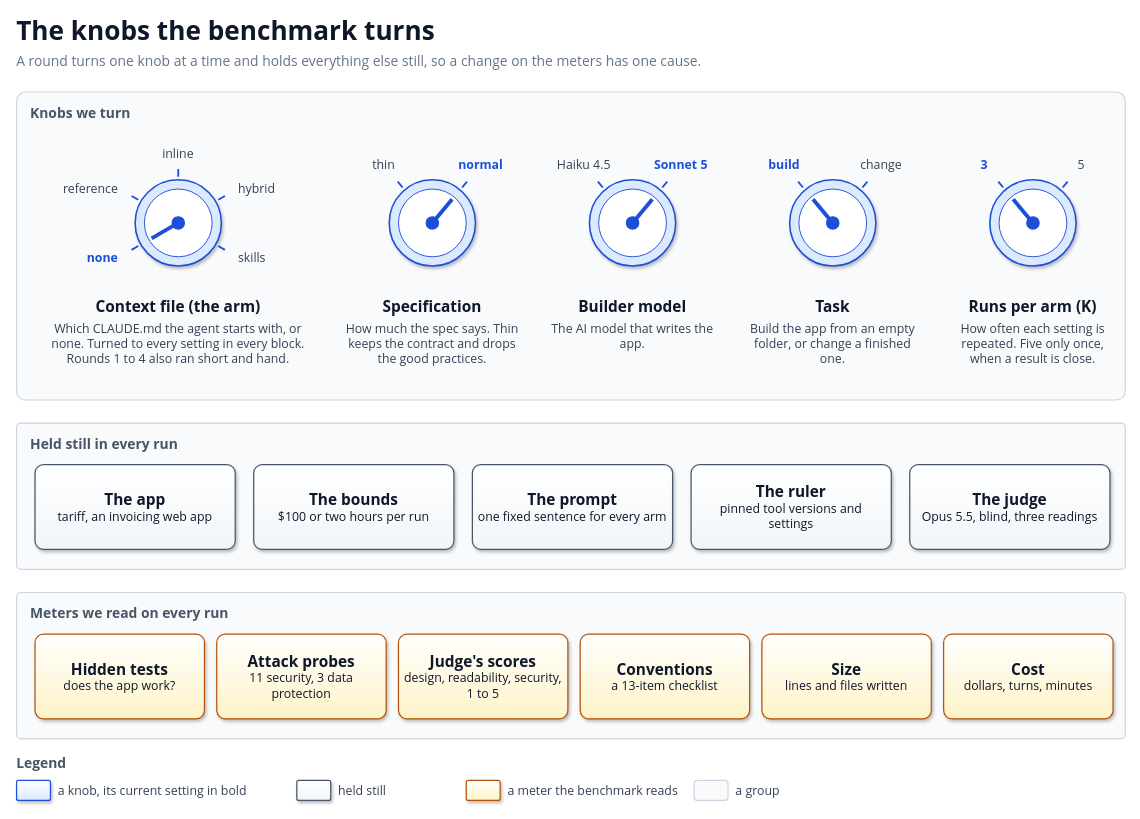
Before: docs/diagrams/knobs.drawio in solid-ai-dev/solid-ai-benchmark, a draw.io diagram. Source tidied: cells renumbered, new cells numbered last; positions are measured from the earlier drawing's top-left corner, leaving out a move shared by most shapes. Both pictures are drawn from the tidied source at 77%, with x=0, y=0 at pixel (16, 13).
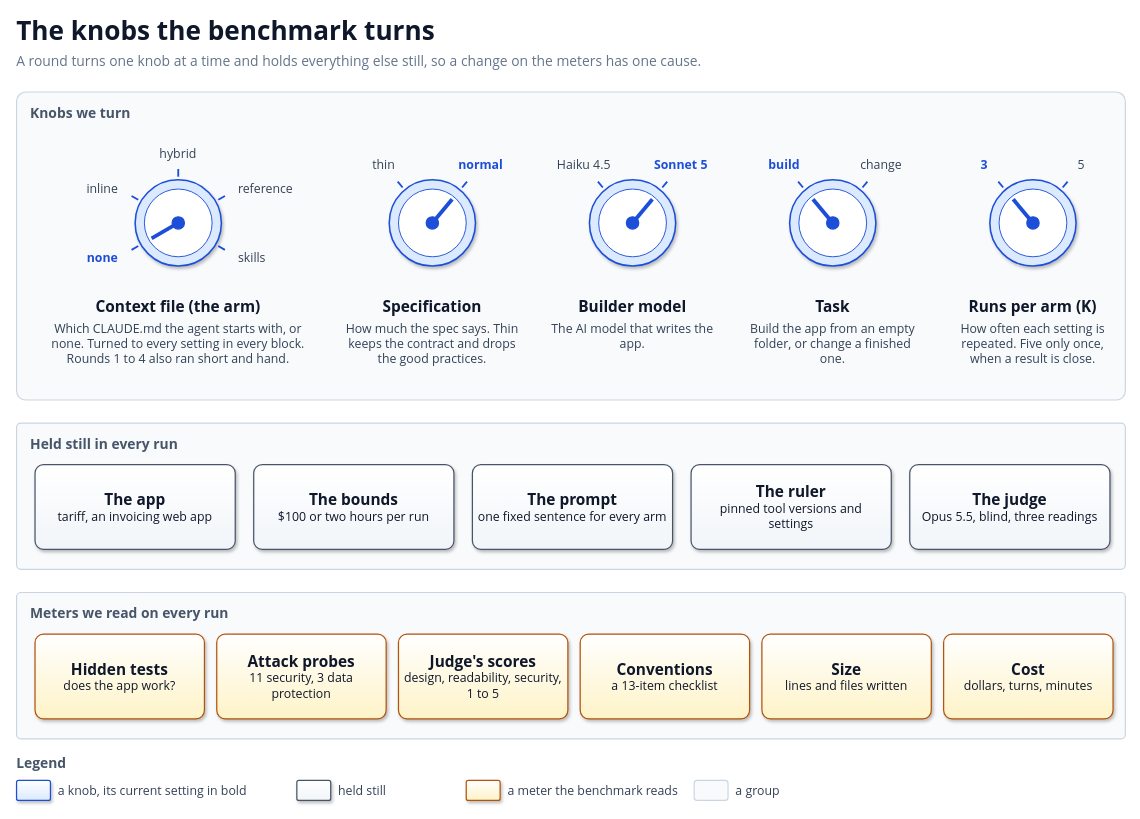
Above is the later version.

Commit message (it also covers changes not shown here):
docs(primer): order the arms from all rules inline to rules on demand (#22)

Diff of the diagram source:
```diff
@@
-    <mxCell id="8" value="reference" style="text;html=1;whiteSpace=wrap;strokeColor=none;fillColor=none;align=right;verticalAlign=middle;fontFamily=Segoe UI;fontSize=16;fontColor=#334155;fontStyle=0;spacing=0;" parent="1" vertex="1">
+    <mxCell id="8" value="inline" style="text;html=1;whiteSpace=wrap;strokeColor=none;fillColor=none;align=right;verticalAlign=middle;fontFamily=Segoe UI;fontSize=16;fontColor=#334155;fontStyle=0;spacing=0;" parent="1" vertex="1">
       <mxGeometry x="22.1" y="215" width="110" height="24" as="geometry" />
     </mxCell>
@@
-    <mxCell id="10" value="inline" style="text;html=1;whiteSpace=wrap;strokeColor=none;fillColor=none;align=center;verticalAlign=middle;fontFamily=Segoe UI;fontSize=16;fontColor=#334155;fontStyle=0;spacing=0;" parent="1" vertex="1">
+    <mxCell id="10" value="hybrid" style="text;html=1;whiteSpace=wrap;strokeColor=none;fillColor=none;align=center;verticalAlign=middle;fontFamily=Segoe UI;fontSize=16;fontColor=#334155;fontStyle=0;spacing=0;" parent="1" vertex="1">
       <mxGeometry x="155" y="170" width="110" height="24" as="geometry" />
     </mxCell>
@@
-    <mxCell id="12" value="hybrid" style="text;html=1;whiteSpace=wrap;strokeColor=none;fillColor=none;align=left;verticalAlign=middle;fontFamily=Segoe UI;fontSize=16;fontColor=#334155;fontStyle=0;spacing=0;" parent="1" vertex="1">
+    <mxCell id="12" value="reference" style="text;html=1;whiteSpace=wrap;strokeColor=none;fillColor=none;align=left;verticalAlign=middle;fontFamily=Segoe UI;fontSize=16;fontColor=#334155;fontStyle=0;spacing=0;" parent="1" vertex="1">
       <mxGeometry x="287.9" y="215" width="110" height="24" as="geometry" />
     </mxCell>
```
